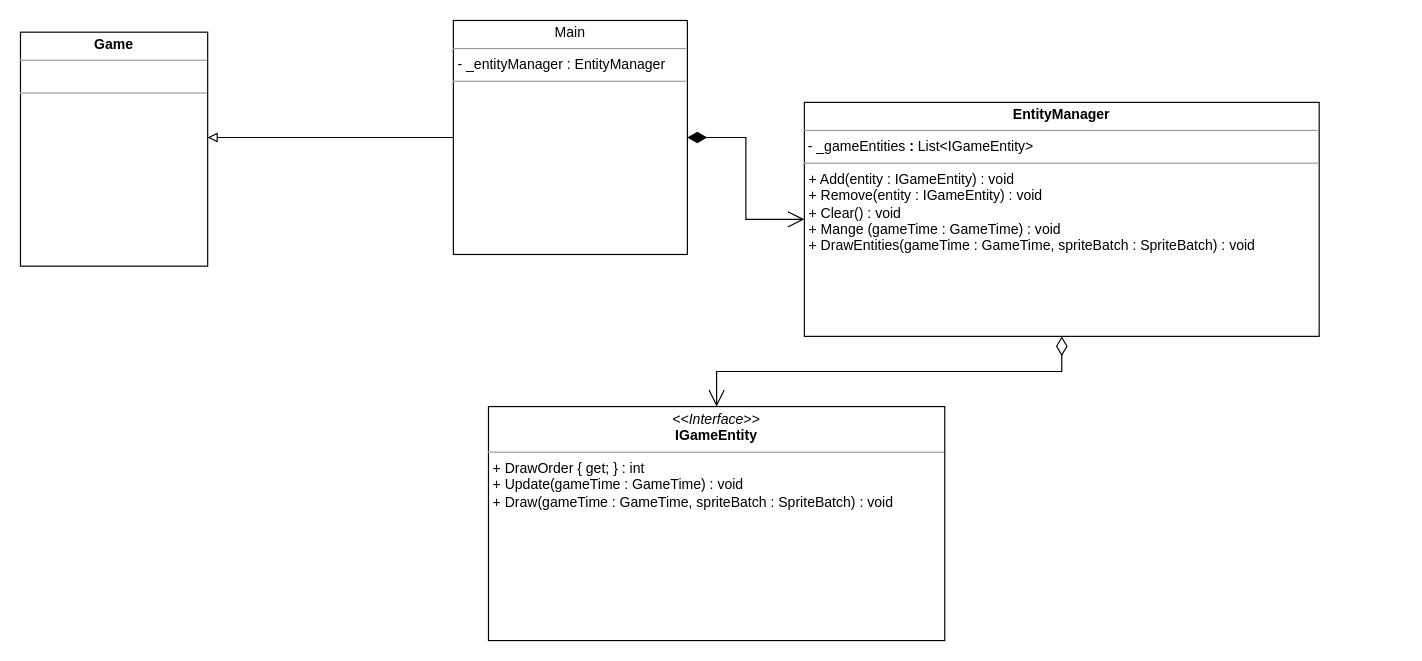
Before: Diagram.drawio in Ycalk/Confinement, a draw.io diagram. Source tidied: cells renumbered, new cells numbered last; positions are measured from the earlier drawing's top-left corner, leaving out a move shared by most shapes. Both pictures are drawn from the tidied source at 117%, with x=0, y=0 at pixel (20, 20).
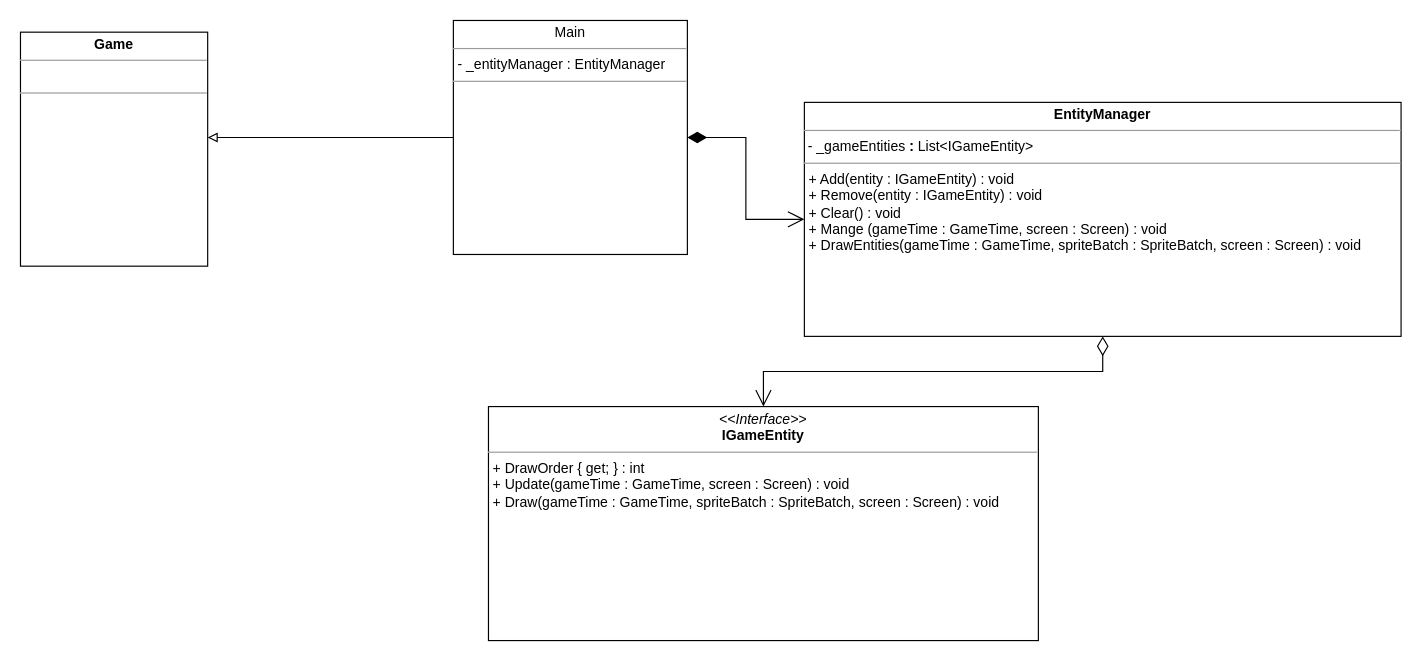
The same diagram, later.

What changed in the source:
```diff
@@
 <mxGraphModel>
   <root>
     <mxCell id="0" />
     <mxCell id="1" parent="0" />
-    <mxCell id="2" value="&lt;p style=&quot;margin:0px;margin-top:4px;text-align:center;&quot;&gt;&lt;i&gt;&amp;lt;&amp;lt;Interface&amp;gt;&amp;gt;&lt;/i&gt;&lt;br&gt;&lt;b&gt;IGameEntity&lt;/b&gt;&lt;/p&gt;&lt;hr size=&quot;1&quot;&gt;&lt;p style=&quot;margin:0px;margin-left:4px;&quot;&gt;+ DrawOrder { get; } : int&lt;/p&gt;&lt;p style=&quot;margin:0px;margin-left:4px;&quot;&gt;+ Update(gameTime : GameTime) : void&lt;/p&gt;&lt;p style=&quot;margin:0px;margin-left:4px;&quot;&gt;+ Draw(gameTime : GameTime, spriteBatch : SpriteBatch) : void&lt;/p&gt;" style="verticalAlign=top;align=left;overflow=fill;fontSize=12;fontFamily=Helvetica;html=1;whiteSpace=wrap;" parent="1" vertex="1">
-      <mxGeometry x="400" y="330" width="390" height="200" as="geometry" />
+    <mxCell id="2" value="&lt;p style=&quot;margin:0px;margin-top:4px;text-align:center;&quot;&gt;&lt;i&gt;&amp;lt;&amp;lt;Interface&amp;gt;&amp;gt;&lt;/i&gt;&lt;br&gt;&lt;b&gt;IGameEntity&lt;/b&gt;&lt;/p&gt;&lt;hr size=&quot;1&quot;&gt;&lt;p style=&quot;margin:0px;margin-left:4px;&quot;&gt;+ DrawOrder { get; } : int&lt;/p&gt;&lt;p style=&quot;margin:0px;margin-left:4px;&quot;&gt;+ Update(gameTime : GameTime, screen : Screen) : void&lt;/p&gt;&lt;p style=&quot;margin:0px;margin-left:4px;&quot;&gt;+ Draw(gameTime : GameTime, spriteBatch : SpriteBatch, screen : Screen) : void&lt;/p&gt;" style="verticalAlign=top;align=left;overflow=fill;fontSize=12;fontFamily=Helvetica;html=1;whiteSpace=wrap;" parent="1" vertex="1">
+      <mxGeometry x="400" y="330" width="470" height="200" as="geometry" />
     </mxCell>
     <mxCell id="3" style="edgeStyle=orthogonalEdgeStyle;rounded=0;jettySize=auto;html=1;endArrow=block;endFill=0;entryX=1;entryY=0.5;entryDx=0;entryDy=0;" parent="1" edge="1" source="4">
       <mxGeometry relative="1" as="geometry">
         <mxPoint x="160" y="100" as="targetPoint" />
       </mxGeometry>
     </mxCell>
     <mxCell id="4" value="&lt;p style=&quot;margin:0px;margin-top:4px;text-align:center;&quot;&gt;Main&lt;br&gt;&lt;/p&gt;&lt;hr size=&quot;1&quot;&gt;&lt;p style=&quot;margin:0px;margin-left:4px;&quot;&gt;- _entityManager : EntityManager&lt;/p&gt;&lt;hr size=&quot;1&quot;&gt;&lt;p style=&quot;margin:0px;margin-left:4px;&quot;&gt;&amp;nbsp;&lt;/p&gt;" style="verticalAlign=top;align=left;overflow=fill;fontSize=12;fontFamily=Helvetica;html=1;whiteSpace=wrap;" parent="1" vertex="1">
       <mxGeometry x="370" width="200" height="200" as="geometry" />
     </mxCell>
     <mxCell id="5" value="&lt;p style=&quot;margin:0px;margin-top:4px;text-align:center;&quot;&gt;&lt;b&gt;Game&lt;/b&gt;&lt;/p&gt;&lt;hr size=&quot;1&quot;&gt;&lt;p style=&quot;margin:0px;margin-left:4px;&quot;&gt;&amp;nbsp;&lt;/p&gt;&lt;hr size=&quot;1&quot;&gt;&lt;p style=&quot;margin:0px;margin-left:4px;&quot;&gt;&amp;nbsp;&lt;/p&gt;" style="verticalAlign=top;align=left;overflow=fill;fontSize=12;fontFamily=Helvetica;html=1;whiteSpace=wrap;" parent="1" vertex="1">
       <mxGeometry y="10" width="160" height="200" as="geometry" />
     </mxCell>
-    <mxCell id="6" value="&lt;p style=&quot;margin:0px;margin-top:4px;text-align:center;&quot;&gt;&lt;b&gt;EntityManager&lt;/b&gt;&lt;/p&gt;&lt;hr size=&quot;1&quot;&gt;&lt;p style=&quot;margin:0px;margin-left:4px;&quot;&gt;&lt;/p&gt;&lt;b style=&quot;border-color: var(--border-color); text-align: center;&quot;&gt;&amp;nbsp;&lt;/b&gt;&lt;span style=&quot;border-color: var(--border-color); text-align: center;&quot;&gt;- &lt;/span&gt;&lt;span style=&quot;border-color: var(--border-color); text-align: center;&quot;&gt;_gameEntities &lt;/span&gt;&lt;b style=&quot;border-color: var(--border-color); text-align: center;&quot;&gt;: &lt;/b&gt;&lt;span style=&quot;border-color: var(--border-color); text-align: center;&quot;&gt;List&amp;lt;IGameEntity&amp;gt;&lt;br&gt;&lt;/span&gt;&lt;hr size=&quot;1&quot;&gt;&lt;p style=&quot;margin:0px;margin-left:4px;&quot;&gt;+ Add(entity : IGameEntity) : void&lt;/p&gt;&lt;p style=&quot;margin:0px;margin-left:4px;&quot;&gt;+ Remove(entity : IGameEntity) : void&lt;/p&gt;&lt;p style=&quot;margin:0px;margin-left:4px;&quot;&gt;+ Clear() : void&lt;/p&gt;&lt;p style=&quot;margin:0px;margin-left:4px;&quot;&gt;+ Mange (gameTime : GameTime) : void&lt;/p&gt;&lt;p style=&quot;margin:0px;margin-left:4px;&quot;&gt;+ DrawEntities(gameTime : GameTime, spriteBatch : SpriteBatch) : void&lt;/p&gt;" style="verticalAlign=top;align=left;overflow=fill;fontSize=12;fontFamily=Helvetica;html=1;whiteSpace=wrap;" parent="1" vertex="1">
-      <mxGeometry x="670" y="70" width="440" height="200" as="geometry" />
+    <mxCell id="6" value="&lt;p style=&quot;margin:0px;margin-top:4px;text-align:center;&quot;&gt;&lt;b&gt;EntityManager&lt;/b&gt;&lt;/p&gt;&lt;hr size=&quot;1&quot;&gt;&lt;p style=&quot;margin:0px;margin-left:4px;&quot;&gt;&lt;/p&gt;&lt;b style=&quot;border-color: var(--border-color); text-align: center;&quot;&gt;&amp;nbsp;&lt;/b&gt;&lt;span style=&quot;border-color: var(--border-color); text-align: center;&quot;&gt;- &lt;/span&gt;&lt;span style=&quot;border-color: var(--border-color); text-align: center;&quot;&gt;_gameEntities &lt;/span&gt;&lt;b style=&quot;border-color: var(--border-color); text-align: center;&quot;&gt;: &lt;/b&gt;&lt;span style=&quot;border-color: var(--border-color); text-align: center;&quot;&gt;List&amp;lt;IGameEntity&amp;gt;&lt;br&gt;&lt;/span&gt;&lt;hr size=&quot;1&quot;&gt;&lt;p style=&quot;margin:0px;margin-left:4px;&quot;&gt;+ Add(entity : IGameEntity) : void&lt;/p&gt;&lt;p style=&quot;margin:0px;margin-left:4px;&quot;&gt;+ Remove(entity : IGameEntity) : void&lt;/p&gt;&lt;p style=&quot;margin:0px;margin-left:4px;&quot;&gt;+ Clear() : void&lt;/p&gt;&lt;p style=&quot;margin:0px;margin-left:4px;&quot;&gt;+ Mange (gameTime : GameTime, screen : Screen) : void&lt;/p&gt;&lt;p style=&quot;margin:0px;margin-left:4px;&quot;&gt;+ DrawEntities(gameTime : GameTime, spriteBatch : SpriteBatch, screen : Screen) : void&lt;/p&gt;" style="verticalAlign=top;align=left;overflow=fill;fontSize=12;fontFamily=Helvetica;html=1;whiteSpace=wrap;" parent="1" vertex="1">
+      <mxGeometry x="670" y="70" width="510" height="200" as="geometry" />
     </mxCell>
     <mxCell id="7" style="endArrow=open;html=1;endSize=12;startArrow=diamondThin;startSize=14;startFill=0;edgeStyle=orthogonalEdgeStyle;align=left;verticalAlign=bottom;rounded=0;exitX=0.5;exitY=1;exitDx=0;exitDy=0;entryX=0.5;entryY=0;entryDx=0;entryDy=0;" parent="1" edge="1" source="6" target="2">
       <mxGeometry x="-0.49" y="20" relative="1" as="geometry" />
     </mxCell>
     <mxCell id="8" style="endArrow=open;html=1;endSize=12;startArrow=diamondThin;startSize=14;startFill=1;edgeStyle=orthogonalEdgeStyle;align=left;verticalAlign=bottom;rounded=0;entryX=0;entryY=0.5;entryDx=0;entryDy=0;exitX=1;exitY=0.5;exitDx=0;exitDy=0;" parent="1" edge="1" source="4" target="6">
       <mxGeometry x="-1" y="3" relative="1" as="geometry" />
     </mxCell>
   </root>
 </mxGraphModel>
```
